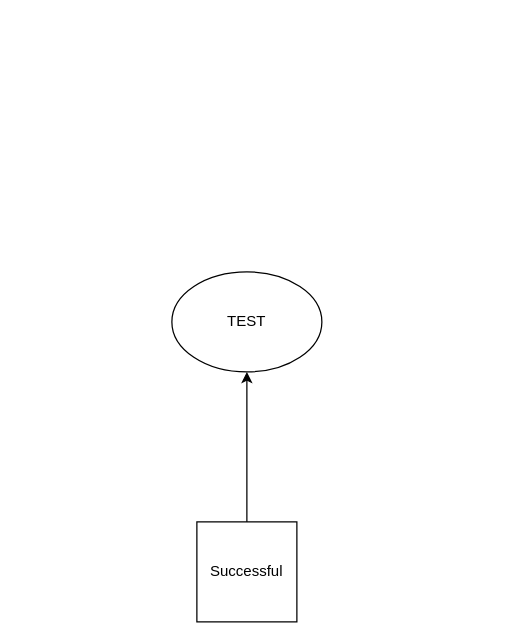
Before: Untitled Diagram.drawio in abhinavrana101/Notes, a draw.io diagram. Source tidied: cells renumbered, new cells numbered last; positions are measured from the earlier drawing's top-left corner, leaving out a move shared by most shapes. Both pictures are drawn from the tidied source at 125%, with x=0, y=0 at pixel (171, 271).
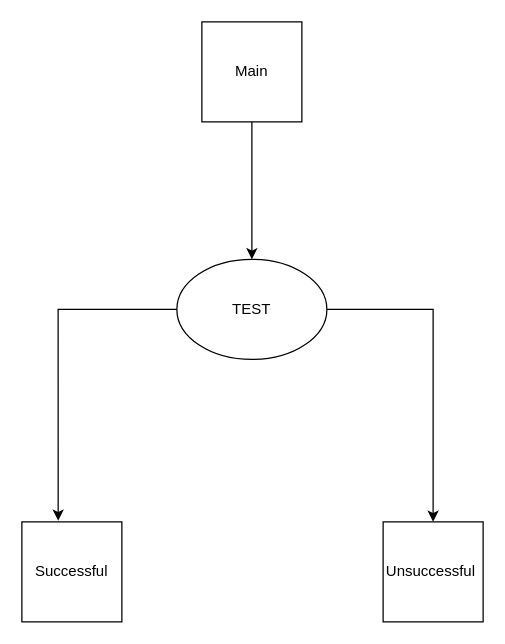
After the change.

What changed in the source:
```diff
@@
 <mxGraphModel>
   <root>
     <mxCell id="0" />
     <mxCell id="1" parent="0" />
+    <mxCell id="5" style="edgeStyle=orthogonalEdgeStyle;rounded=0;jettySize=auto;html=1;entryX=0.363;entryY=-0.012;entryDx=0;entryDy=0;entryPerimeter=0;" parent="1" edge="1" source="2" target="4">
+      <mxGeometry relative="1" as="geometry" />
+    </mxCell>
+    <mxCell id="6" style="edgeStyle=orthogonalEdgeStyle;rounded=0;jettySize=auto;html=1;exitX=1;exitY=0.5;exitDx=0;exitDy=0;entryX=0.5;entryY=0;entryDx=0;entryDy=0;" parent="1" edge="1" source="2" target="7">
+      <mxGeometry relative="1" as="geometry" />
+    </mxCell>
     <mxCell id="2" value="TEST" style="ellipse;whiteSpace=wrap;html=1;" parent="1" vertex="1">
-      <mxGeometry width="120" height="80" as="geometry" />
+      <mxGeometry x="4" y="-10" width="120" height="80" as="geometry" />
     </mxCell>
-    <mxCell id="3" style="edgeStyle=orthogonalEdgeStyle;rounded=0;jettySize=auto;html=1;exitX=0.5;exitY=0;exitDx=0;exitDy=0;entryX=0.5;entryY=1;entryDx=0;entryDy=0;" parent="1" edge="1" source="4" target="2">
-      <mxGeometry relative="1" as="geometry" />
-    </mxCell>
     <mxCell id="4" value="Successful" style="whiteSpace=wrap;html=1;" parent="1" vertex="1">
-      <mxGeometry x="20" y="200" width="80" height="80" as="geometry" />
+      <mxGeometry x="-120" y="200" width="80" height="80" as="geometry" />
     </mxCell>
+    <mxCell id="7" value="Unsuccessful&amp;nbsp;" style="whiteSpace=wrap;html=1;" parent="1" vertex="1">
+      <mxGeometry x="169" y="200" width="80" height="80" as="geometry" />
+    </mxCell>
+    <mxCell id="8" style="edgeStyle=orthogonalEdgeStyle;rounded=0;jettySize=auto;html=1;exitX=0.5;exitY=1;exitDx=0;exitDy=0;" parent="1" edge="1" source="9">
+      <mxGeometry relative="1" as="geometry">
+        <mxPoint x="64" y="-10" as="targetPoint" />
+      </mxGeometry>
+    </mxCell>
+    <mxCell id="9" value="Main" style="whiteSpace=wrap;html=1;" parent="1" vertex="1">
+      <mxGeometry x="24" y="-200" width="80" height="80" as="geometry" />
+    </mxCell>
   </root>
 </mxGraphModel>
```
